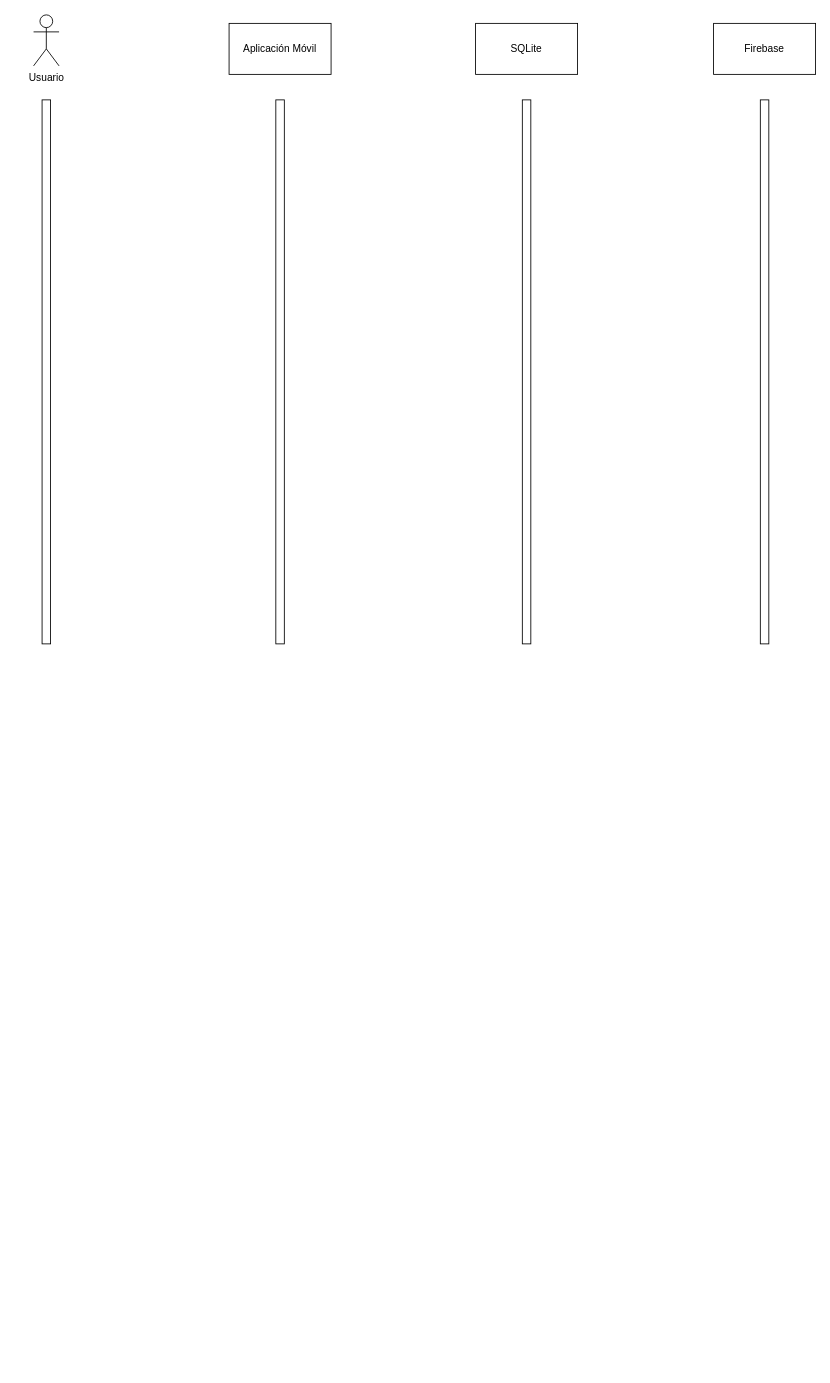
The draw.io diagram page "Secuencia" (4 of 4) of CasosUsoAjs.drawio in KeiKurono96/ProyPes, before the edit. Source tidied: cells renumbered, new cells numbered last; positions are measured from the earlier drawing's top-left corner, leaving out a move shared by most shapes. Both pictures are drawn from the tidied source at 85%, with x=0, y=0 at pixel (33, 14).
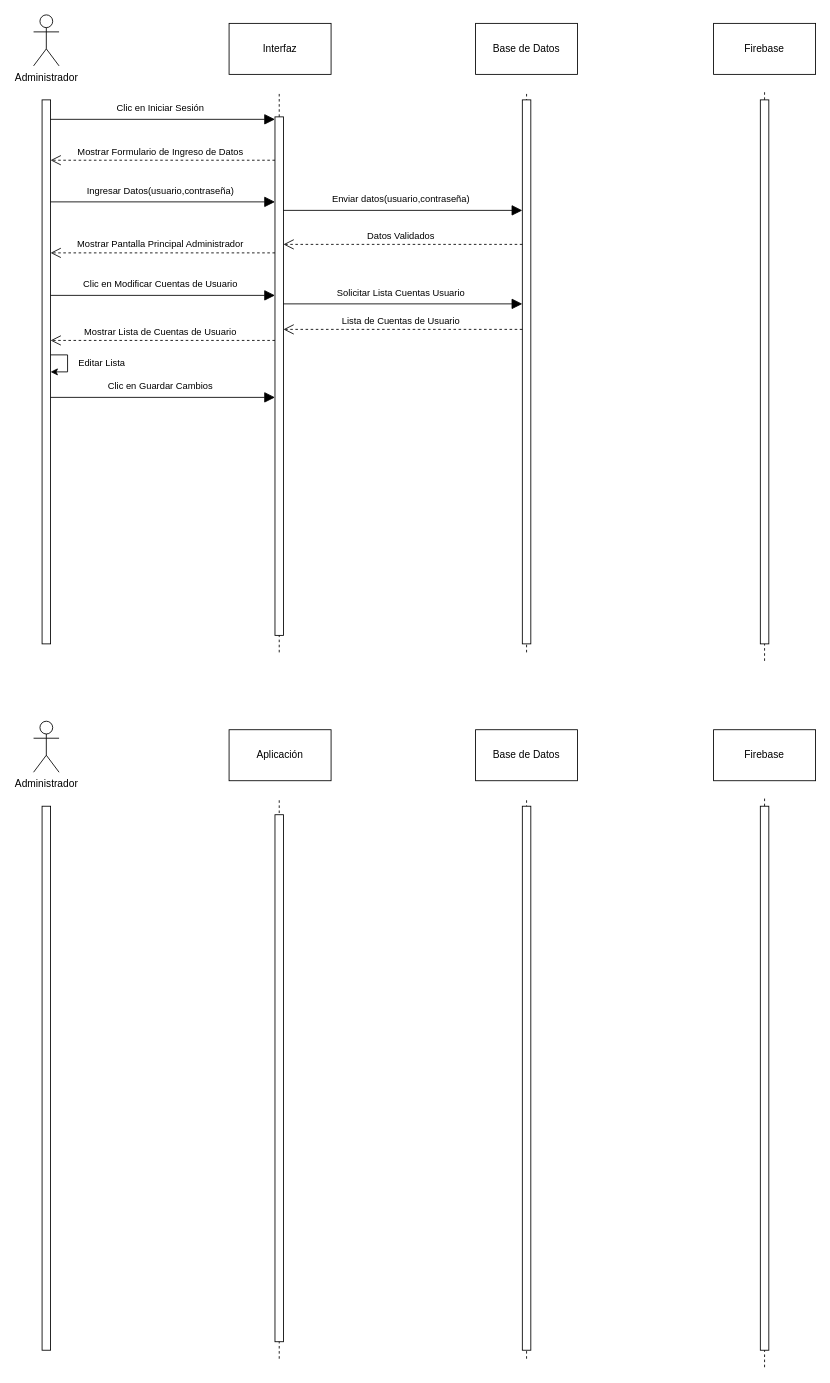
The same page after the edit.

The change refers to these unchanged cells:
```xml
<mxCell id="6" style="html=1;points=[[0,0,0,0,5],[0,1,0,0,-5],[1,0,0,0,5],[1,1,0,0,-5]];perimeter=orthogonalPerimeter;outlineConnect=0;targetShapes=umlLifeline;portConstraint=eastwest;newEdgeStyle={&quot;curved&quot;:0,&quot;rounded&quot;:0};" parent="1" vertex="1">
  <mxGeometry x="10" y="100" width="10" height="640" as="geometry" />
</mxCell>
<mxCell id="8" style="html=1;points=[[0,0,0,0,5],[0,1,0,0,-5],[1,0,0,0,5],[1,1,0,0,-5]];perimeter=orthogonalPerimeter;outlineConnect=0;targetShapes=umlLifeline;portConstraint=eastwest;newEdgeStyle={&quot;curved&quot;:0,&quot;rounded&quot;:0};" parent="1" vertex="1">
  <mxGeometry x="575" y="100" width="10" height="640" as="geometry" />
</mxCell>
```

Change to the diagram source:
```diff
@@
+    <mxCell id="10" style="endArrow=none;dashed=1;html=1;rounded=0;" parent="1" edge="1">
+      <mxGeometry relative="1" as="geometry">
+        <mxPoint x="860" y="760" as="sourcePoint" />
+        <mxPoint x="860" y="88" as="targetPoint" />
+      </mxGeometry>
+    </mxCell>
+    <mxCell id="11" style="endArrow=none;dashed=1;html=1;rounded=0;" parent="1" edge="1">
+      <mxGeometry relative="1" as="geometry">
+        <mxPoint x="289" y="750" as="sourcePoint" />
+        <mxPoint x="289" y="90" as="targetPoint" />
+      </mxGeometry>
+    </mxCell>
-    <mxCell id="2" value="Usuario" style="shape=umlActor;verticalLabelPosition=bottom;verticalAlign=top;html=1;" parent="1" vertex="1">
+    <mxCell id="2" value="Administrador" style="shape=umlActor;verticalLabelPosition=bottom;verticalAlign=top;html=1;" parent="1" vertex="1">
       <mxGeometry width="30" height="60" as="geometry" />
     </mxCell>
-    <mxCell id="3" value="Aplicación Móvil" style="rounded=0;whiteSpace=wrap;html=1;" parent="1" vertex="1">
+    <mxCell id="3" value="Interfaz" style="rounded=0;whiteSpace=wrap;html=1;" parent="1" vertex="1">
       <mxGeometry x="230" y="10" width="120" height="60" as="geometry" />
     </mxCell>
-    <mxCell id="4" value="SQLite" style="rounded=0;whiteSpace=wrap;html=1;" parent="1" vertex="1">
+    <mxCell id="4" value="Base de Datos" style="rounded=0;whiteSpace=wrap;html=1;" parent="1" vertex="1">
       <mxGeometry x="520" y="10" width="120" height="60" as="geometry" />
     </mxCell>
@@
     <mxCell id="7" style="html=1;points=[[0,0,0,0,5],[0,1,0,0,-5],[1,0,0,0,5],[1,1,0,0,-5]];perimeter=orthogonalPerimeter;outlineConnect=0;targetShapes=umlLifeline;portConstraint=eastwest;newEdgeStyle={&quot;curved&quot;:0,&quot;rounded&quot;:0};" parent="1" vertex="1">
-      <mxGeometry x="285" y="100" width="10" height="640" as="geometry" />
+      <mxGeometry x="284" y="120" width="10" height="610" as="geometry" />
     </mxCell>
+    <mxCell id="9" style="html=1;perimeter=orthogonalPerimeter;targetShapes=umlLifeline;newEdgeStyle={&quot;curved&quot;:0,&quot;rounded&quot;:0};" parent="1" vertex="1">
+      <mxGeometry x="855" y="100" width="10" height="640" as="geometry" />
+    </mxCell>
+    <mxCell id="12" style="endArrow=none;dashed=1;html=1;rounded=0;" parent="1" edge="1">
+      <mxGeometry relative="1" as="geometry">
+        <mxPoint x="580" y="750" as="sourcePoint" />
+        <mxPoint x="580" y="90" as="targetPoint" />
+      </mxGeometry>
+    </mxCell>
@@
-    <mxCell id="9" style="html=1;perimeter=orthogonalPerimeter;targetShapes=umlLifeline;newEdgeStyle={&quot;curved&quot;:0,&quot;rounded&quot;:0};" parent="1" vertex="1">
-      <mxGeometry x="855" y="100" width="10" height="640" as="geometry" />
-    </mxCell>
+    <mxCell id="13" value="Clic en Iniciar Sesión" style="endArrow=block;html=1;rounded=0;entryX=0;entryY=0.024;entryDx=0;entryDy=0;entryPerimeter=0;endFill=1;endSize=10;" parent="1" edge="1">
+      <mxGeometry x="-0.02" y="13" relative="1" as="geometry">
+        <mxPoint x="20" y="122.9" as="sourcePoint" />
+        <mxPoint x="284" y="122.9" as="targetPoint" />
+      </mxGeometry>
+    </mxCell>
+    <mxCell id="14" style="endArrow=none;dashed=1;html=1;rounded=0;" parent="1" edge="1">
+      <mxGeometry relative="1" as="geometry">
+        <mxPoint x="860" y="1591" as="sourcePoint" />
+        <mxPoint x="860" y="919" as="targetPoint" />
+      </mxGeometry>
+    </mxCell>
+    <mxCell id="15" style="endArrow=none;dashed=1;html=1;rounded=0;" parent="1" edge="1">
+      <mxGeometry relative="1" as="geometry">
+        <mxPoint x="289" y="1581" as="sourcePoint" />
+        <mxPoint x="289" y="921" as="targetPoint" />
+      </mxGeometry>
+    </mxCell>
+    <mxCell id="16" value="Administrador" style="shape=umlActor;verticalLabelPosition=bottom;verticalAlign=top;html=1;" parent="1" vertex="1">
+      <mxGeometry y="831" width="30" height="60" as="geometry" />
+    </mxCell>
+    <mxCell id="17" value="Aplicación" style="rounded=0;whiteSpace=wrap;html=1;" parent="1" vertex="1">
+      <mxGeometry x="230" y="841" width="120" height="60" as="geometry" />
+    </mxCell>
+    <mxCell id="18" value="Base de Datos" style="rounded=0;whiteSpace=wrap;html=1;" parent="1" vertex="1">
+      <mxGeometry x="520" y="841" width="120" height="60" as="geometry" />
+    </mxCell>
+    <mxCell id="19" value="Firebase" style="rounded=0;whiteSpace=wrap;html=1;" parent="1" vertex="1">
+      <mxGeometry x="800" y="841" width="120" height="60" as="geometry" />
+    </mxCell>
+    <mxCell id="20" style="html=1;perimeter=orthogonalPerimeter;targetShapes=umlLifeline;newEdgeStyle={&quot;curved&quot;:0,&quot;rounded&quot;:0};" parent="1" vertex="1">
+      <mxGeometry x="10" y="931" width="10" height="640" as="geometry" />
+    </mxCell>
+    <mxCell id="21" style="html=1;perimeter=orthogonalPerimeter;targetShapes=umlLifeline;newEdgeStyle={&quot;curved&quot;:0,&quot;rounded&quot;:0};" parent="1" vertex="1">
+      <mxGeometry x="284" y="941" width="10" height="620" as="geometry" />
+    </mxCell>
+    <mxCell id="22" style="html=1;perimeter=orthogonalPerimeter;targetShapes=umlLifeline;newEdgeStyle={&quot;curved&quot;:0,&quot;rounded&quot;:0};" parent="1" vertex="1">
+      <mxGeometry x="855" y="931" width="10" height="640" as="geometry" />
+    </mxCell>
+    <mxCell id="23" style="endArrow=none;dashed=1;html=1;rounded=0;" parent="1" edge="1">
+      <mxGeometry relative="1" as="geometry">
+        <mxPoint x="580" y="1581" as="sourcePoint" />
+        <mxPoint x="580" y="921" as="targetPoint" />
+      </mxGeometry>
+    </mxCell>
+    <mxCell id="24" style="html=1;perimeter=orthogonalPerimeter;targetShapes=umlLifeline;newEdgeStyle={&quot;curved&quot;:0,&quot;rounded&quot;:0};" parent="1" vertex="1">
+      <mxGeometry x="575" y="931" width="10" height="640" as="geometry" />
+    </mxCell>
+    <mxCell id="25" value="Mostrar Formulario de Ingreso de Datos" style="endArrow=open;html=1;rounded=0;endFill=0;strokeWidth=1;endSize=10;dashed=1;" parent="1" edge="1">
+      <mxGeometry x="0.02" y="-10" relative="1" as="geometry">
+        <mxPoint x="284" y="171" as="sourcePoint" />
+        <mxPoint x="20" y="171" as="targetPoint" />
+      </mxGeometry>
+    </mxCell>
+    <mxCell id="26" value="Ingresar Datos(usuario,contraseña)" style="endArrow=block;html=1;rounded=0;entryX=0;entryY=0.024;entryDx=0;entryDy=0;entryPerimeter=0;endFill=1;endSize=10;" parent="1" edge="1">
+      <mxGeometry x="-0.02" y="13" relative="1" as="geometry">
+        <mxPoint x="20" y="220" as="sourcePoint" />
+        <mxPoint x="284" y="220" as="targetPoint" />
+      </mxGeometry>
+    </mxCell>
+    <mxCell id="27" value="Enviar datos(usuario,contraseña)" style="endArrow=block;html=1;rounded=0;endFill=1;endSize=10;" parent="1" edge="1" target="8">
+      <mxGeometry x="-0.02" y="13" relative="1" as="geometry">
+        <mxPoint x="294" y="230" as="sourcePoint" />
+      </mxGeometry>
+    </mxCell>
+    <mxCell id="28" value="Datos Validados" style="endArrow=open;html=1;rounded=0;endFill=0;strokeWidth=1;endSize=10;dashed=1;" parent="1" edge="1" source="8" target="7">
+      <mxGeometry x="0.02" y="-10" relative="1" as="geometry">
+        <Array as="points">
+          <mxPoint x="540" y="270" />
+        </Array>
+      </mxGeometry>
+    </mxCell>
+    <mxCell id="29" value="Mostrar Pantalla Principal Administrador" style="endArrow=open;html=1;rounded=0;endFill=0;strokeWidth=1;endSize=10;dashed=1;" parent="1" edge="1">
+      <mxGeometry x="0.02" y="-10" relative="1" as="geometry">
+        <mxPoint x="284" y="280" as="sourcePoint" />
+        <mxPoint x="20" y="280" as="targetPoint" />
+      </mxGeometry>
+    </mxCell>
+    <mxCell id="30" value="Clic en Modificar Cuentas de Usuario" style="endArrow=block;html=1;rounded=0;entryX=0;entryY=0.024;entryDx=0;entryDy=0;entryPerimeter=0;endFill=1;endSize=10;" parent="1" edge="1">
+      <mxGeometry x="-0.02" y="13" relative="1" as="geometry">
+        <mxPoint x="20" y="330" as="sourcePoint" />
+        <mxPoint x="284" y="330" as="targetPoint" />
+      </mxGeometry>
+    </mxCell>
+    <mxCell id="31" value="Solicitar Lista Cuentas Usuario" style="endArrow=block;html=1;rounded=0;endFill=1;endSize=10;" parent="1" edge="1">
+      <mxGeometry x="-0.02" y="13" relative="1" as="geometry">
+        <mxPoint x="294" y="340" as="sourcePoint" />
+        <mxPoint x="575" y="340" as="targetPoint" />
+      </mxGeometry>
+    </mxCell>
+    <mxCell id="32" value="Lista de Cuentas de Usuario" style="endArrow=open;html=1;rounded=0;endFill=0;strokeWidth=1;endSize=10;dashed=1;" parent="1" edge="1">
+      <mxGeometry x="0.02" y="-10" relative="1" as="geometry">
+        <mxPoint x="575" y="370" as="sourcePoint" />
+        <mxPoint x="294" y="370" as="targetPoint" />
+        <Array as="points">
+          <mxPoint x="540" y="370" />
+        </Array>
+      </mxGeometry>
+    </mxCell>
+    <mxCell id="33" value="Mostrar Lista de Cuentas de Usuario" style="endArrow=open;html=1;rounded=0;endFill=0;strokeWidth=1;endSize=10;dashed=1;" parent="1" edge="1">
+      <mxGeometry x="0.02" y="-10" relative="1" as="geometry">
+        <mxPoint x="284" y="383" as="sourcePoint" />
+        <mxPoint x="20" y="383" as="targetPoint" />
+      </mxGeometry>
+    </mxCell>
+    <mxCell id="34" value="Editar Lista" style="endArrow=classic;html=1;rounded=0;edgeStyle=elbowEdgeStyle;" parent="1" edge="1" target="6">
+      <mxGeometry y="40" relative="1" as="geometry">
+        <mxPoint x="20" y="400" as="sourcePoint" />
+        <Array as="points">
+          <mxPoint x="40" y="420" />
+        </Array>
+      </mxGeometry>
+    </mxCell>
+    <mxCell id="35" value="Clic en Guardar Cambios" style="endArrow=block;html=1;rounded=0;entryX=0;entryY=0.024;entryDx=0;entryDy=0;entryPerimeter=0;endFill=1;endSize=10;" parent="1" edge="1">
+      <mxGeometry x="-0.02" y="13" relative="1" as="geometry">
+        <mxPoint x="20" y="450" as="sourcePoint" />
+        <mxPoint x="284" y="450" as="targetPoint" />
+      </mxGeometry>
+    </mxCell>
```
